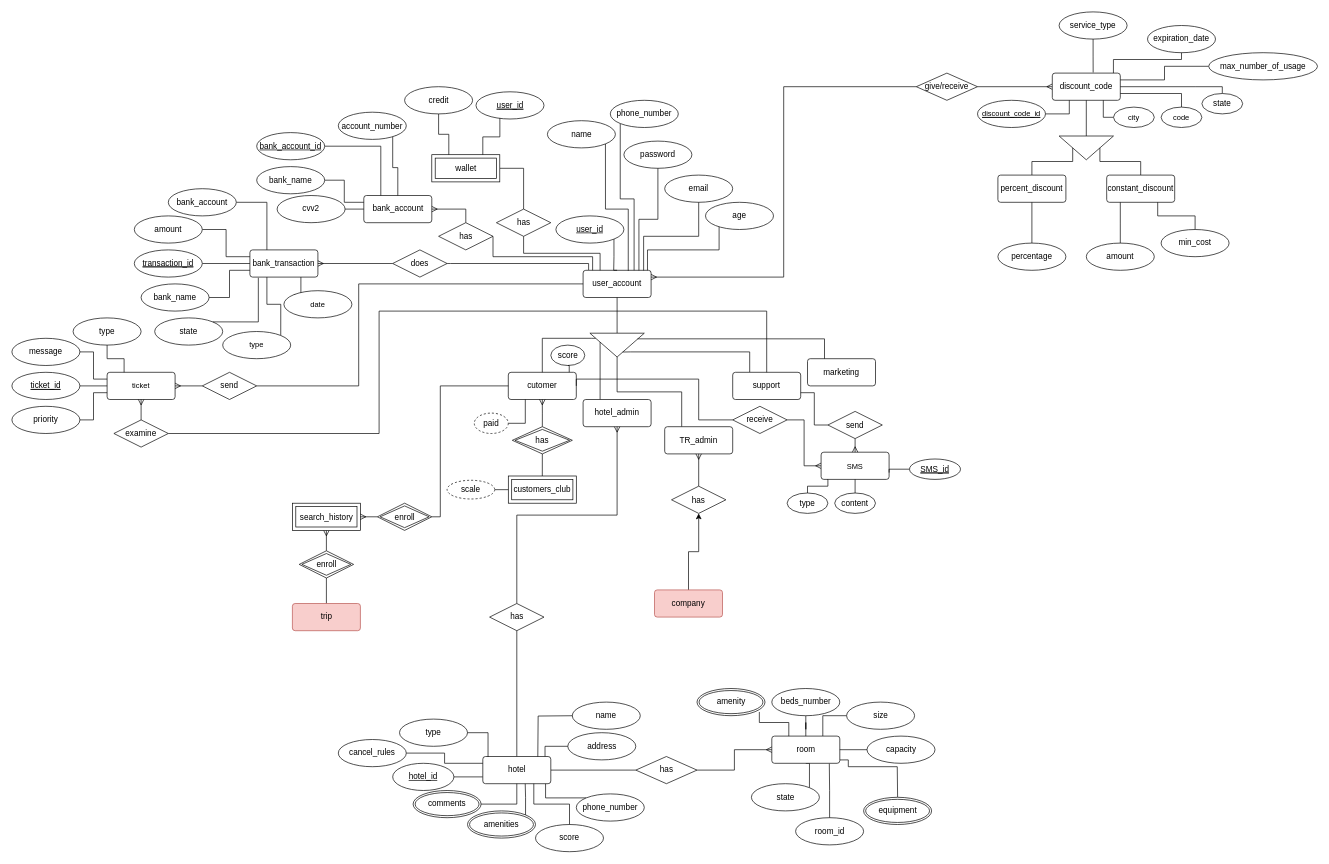
Earlier version of the draw.io diagram page "2.2" (1 of 2) of ERD.drawio (MoeeinAali/DB-Project). Source tidied: cells renumbered, new cells numbered last; positions are measured from the earlier drawing's top-left corner, leaving out a move shared by most shapes. Both pictures are drawn from the tidied source at 68%, with x=0, y=0 at pixel (12, 12).
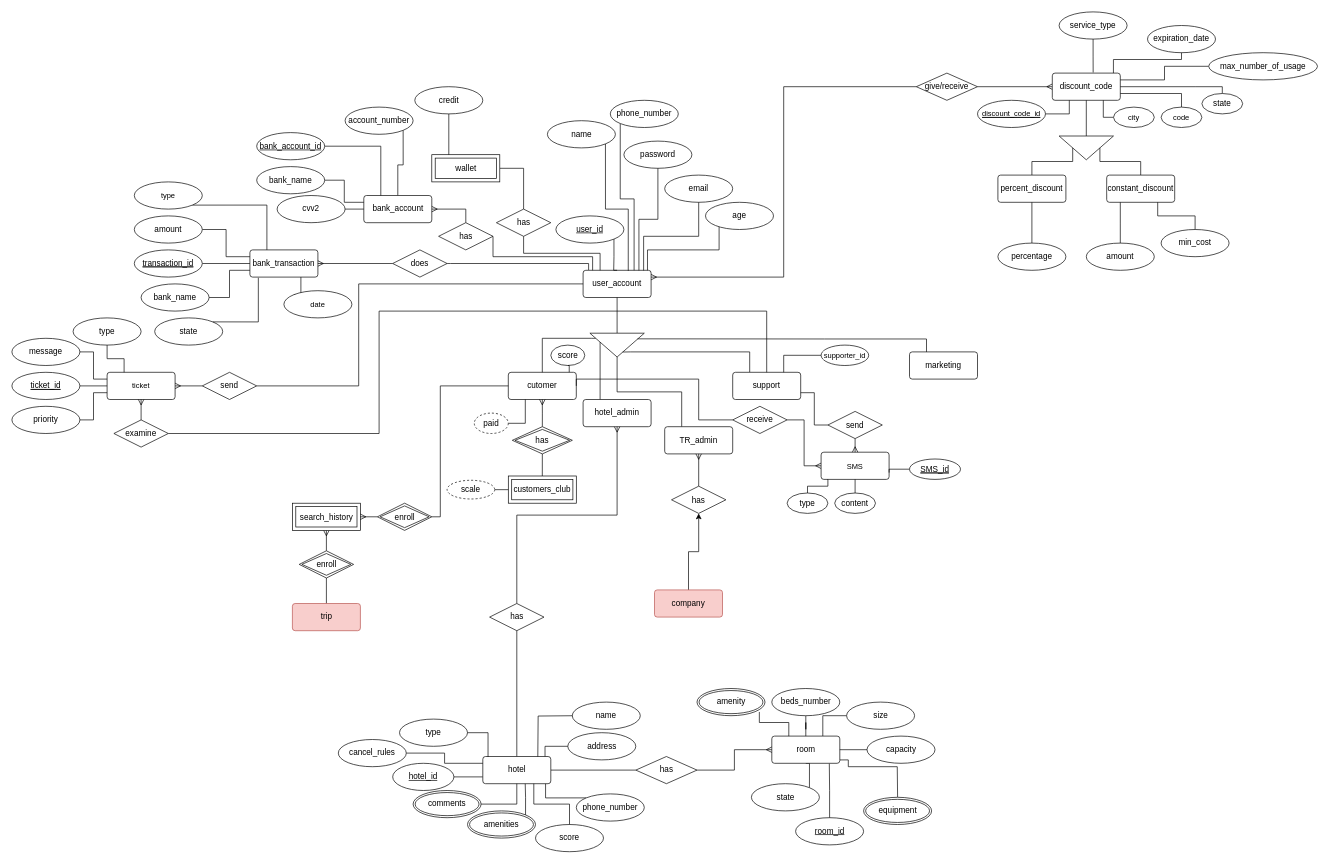
The same page after the edit.

The change refers to these unchanged cells:
```xml
<mxCell id="23" value="support" style="rounded=1;arcSize=10;whiteSpace=wrap;html=1;align=center;" parent="1" vertex="1">
  <mxGeometry x="1060" y="530" width="100" height="40" as="geometry" />
</mxCell>
<mxCell id="79" value="wallet" style="shape=ext;margin=3;double=1;whiteSpace=wrap;html=1;align=center;" parent="1" vertex="1">
  <mxGeometry x="617.5" y="210" width="100" height="40" as="geometry" />
</mxCell>
<mxCell id="86" value="bank_account" style="rounded=1;arcSize=10;whiteSpace=wrap;html=1;align=center;" parent="1" vertex="1">
  <mxGeometry x="517.5" y="270" width="100" height="40" as="geometry" />
</mxCell>
<mxCell id="98" value="&lt;span style=&quot;font-size: 12px;&quot;&gt;bank_transaction&lt;/span&gt;" style="rounded=1;arcSize=10;whiteSpace=wrap;html=1;align=center;fontFamily=Helvetica;fontSize=11;fontColor=default;labelBackgroundColor=default;" parent="1" vertex="1">
  <mxGeometry x="350" y="350" width="100" height="40" as="geometry" />
</mxCell>
```

Diff of the diagram source:
```diff
@@
     <mxCell id="21" value="marketing" style="rounded=1;arcSize=10;whiteSpace=wrap;html=1;align=center;" parent="1" vertex="1">
-      <mxGeometry x="1170" y="510" width="100" height="40" as="geometry" />
+      <mxGeometry x="1320" y="500" width="100" height="40" as="geometry" />
     </mxCell>
@@
-    <mxCell id="73" value="room_id" style="ellipse;whiteSpace=wrap;html=1;align=center;" parent="1" vertex="1">
+    <mxCell id="73" value="room_id" style="ellipse;whiteSpace=wrap;html=1;align=center;fontStyle=4;" parent="1" vertex="1">
       <mxGeometry x="1152.5" y="1185" width="100" height="40" as="geometry" />
     </mxCell>
@@
     <mxCell id="81" value="credit" style="ellipse;whiteSpace=wrap;html=1;align=center;" parent="1" vertex="1">
-      <mxGeometry x="577.5" y="110" width="100" height="40" as="geometry" />
+      <mxGeometry x="592.5" y="110" width="100" height="40" as="geometry" />
     </mxCell>
-    <mxCell id="82" value="&lt;u&gt;user_id&lt;/u&gt;" style="ellipse;whiteSpace=wrap;html=1;align=center;fontStyle=4;" parent="1" vertex="1">
-      <mxGeometry x="682.5" y="117.5" width="100" height="40" as="geometry" />
-    </mxCell>
-    <mxCell id="83" style="edgeStyle=orthogonalEdgeStyle;rounded=0;jettySize=auto;html=1;exitX=0.75;exitY=0;exitDx=0;exitDy=0;endArrow=none;endFill=0;entryX=0.351;entryY=0.969;entryDx=0;entryDy=0;entryPerimeter=0;" parent="1" edge="1" source="79" target="82">
-      <mxGeometry relative="1" as="geometry" />
-    </mxCell>
@@
+    <mxCell id="185" style="edgeStyle=orthogonalEdgeStyle;rounded=0;jettySize=auto;html=1;exitX=0.5;exitY=0;exitDx=0;exitDy=0;entryX=1;entryY=1;entryDx=0;entryDy=0;strokeColor=default;align=center;verticalAlign=middle;fontFamily=Helvetica;fontSize=11;fontColor=default;labelBackgroundColor=default;endArrow=none;endFill=0;" parent="1" edge="1" source="86" target="92">
+      <mxGeometry relative="1" as="geometry" />
+    </mxCell>
@@
-    <mxCell id="91" style="edgeStyle=orthogonalEdgeStyle;rounded=0;jettySize=auto;html=1;exitX=1;exitY=1;exitDx=0;exitDy=0;entryX=0.5;entryY=0;entryDx=0;entryDy=0;strokeColor=default;align=center;verticalAlign=middle;fontFamily=Helvetica;fontSize=11;fontColor=default;labelBackgroundColor=default;endArrow=none;endFill=0;" parent="1" edge="1" source="92" target="86">
-      <mxGeometry relative="1" as="geometry">
-        <Array as="points">
-          <mxPoint x="560" y="182" />
-          <mxPoint x="560" y="229" />
-          <mxPoint x="568" y="229" />
-        </Array>
-      </mxGeometry>
-    </mxCell>
     <mxCell id="92" value="account_number" style="ellipse;whiteSpace=wrap;html=1;align=center;" parent="1" vertex="1">
-      <mxGeometry x="480" y="147.5" width="100" height="40" as="geometry" />
+      <mxGeometry x="490" y="140" width="100" height="40" as="geometry" />
     </mxCell>
@@
-    <mxCell id="103" style="edgeStyle=orthogonalEdgeStyle;rounded=0;jettySize=auto;html=1;exitX=1;exitY=0.5;exitDx=0;exitDy=0;entryX=0.25;entryY=0;entryDx=0;entryDy=0;strokeColor=default;align=center;verticalAlign=middle;fontFamily=Helvetica;fontSize=11;fontColor=default;labelBackgroundColor=default;endArrow=none;endFill=0;" parent="1" edge="1" source="104" target="98">
-      <mxGeometry relative="1" as="geometry" />
-    </mxCell>
-    <mxCell id="104" value="&lt;span style=&quot;font-size: 12px;&quot;&gt;bank_account&lt;/span&gt;" style="ellipse;whiteSpace=wrap;html=1;align=center;fontFamily=Helvetica;fontSize=11;fontColor=default;labelBackgroundColor=default;" parent="1" vertex="1">
-      <mxGeometry x="230" y="260" width="100" height="40" as="geometry" />
-    </mxCell>
@@
-    <mxCell id="109" style="edgeStyle=orthogonalEdgeStyle;rounded=0;jettySize=auto;html=1;exitX=1;exitY=0;exitDx=0;exitDy=0;entryX=0.25;entryY=1;entryDx=0;entryDy=0;strokeColor=default;align=center;verticalAlign=middle;fontFamily=Helvetica;fontSize=11;fontColor=default;labelBackgroundColor=default;endArrow=none;endFill=0;" parent="1" edge="1" source="110" target="98">
+    <mxCell id="109" style="edgeStyle=orthogonalEdgeStyle;rounded=0;jettySize=auto;html=1;exitX=1;exitY=1;exitDx=0;exitDy=0;entryX=0.25;entryY=0;entryDx=0;entryDy=0;strokeColor=default;align=center;verticalAlign=middle;fontFamily=Helvetica;fontSize=11;fontColor=default;labelBackgroundColor=default;endArrow=none;endFill=0;" parent="1" edge="1" source="110" target="98">
       <mxGeometry relative="1" as="geometry" />
     </mxCell>
     <mxCell id="110" value="type" style="ellipse;whiteSpace=wrap;html=1;align=center;fontFamily=Helvetica;fontSize=11;fontColor=default;labelBackgroundColor=default;" parent="1" vertex="1">
-      <mxGeometry x="310" y="470" width="100" height="40" as="geometry" />
+      <mxGeometry x="180" y="250" width="100" height="40" as="geometry" />
     </mxCell>
@@
+    <mxCell id="186" style="edgeStyle=orthogonalEdgeStyle;rounded=0;jettySize=auto;html=1;entryX=0.75;entryY=0;entryDx=0;entryDy=0;strokeColor=default;align=center;verticalAlign=middle;fontFamily=Helvetica;fontSize=11;fontColor=default;labelBackgroundColor=default;endArrow=none;endFill=0;" parent="1" edge="1" source="187" target="23">
+      <mxGeometry relative="1" as="geometry" />
+    </mxCell>
+    <mxCell id="187" value="supporter_id" style="ellipse;whiteSpace=wrap;html=1;align=center;fontFamily=Helvetica;fontSize=11;fontColor=default;labelBackgroundColor=default;" parent="1" vertex="1">
+      <mxGeometry x="1190" y="490" width="70" height="30" as="geometry" />
+    </mxCell>
```
